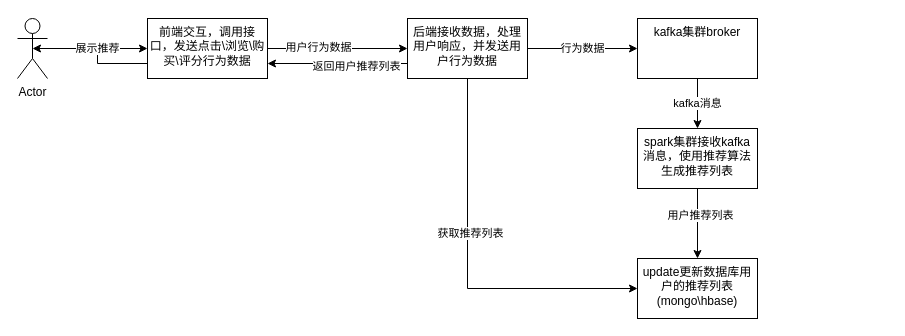
Above: picture/RecommendProcess.drawio in QAQ5685150/diagrams (draw.io), before the change. Source tidied: cells renumbered, new cells numbered last; positions are measured from the earlier drawing's top-left corner, leaving out a move shared by most shapes. Both pictures are drawn from the tidied source at 100%, with x=0, y=0 at pixel (17, 18).
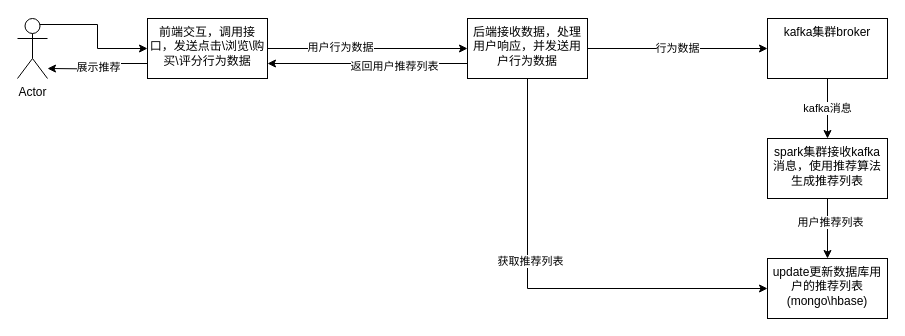
The same diagram, later.

Unchanged cells that the change refers to:
```xml
<mxCell id="3" value="Actor" style="shape=umlActor;verticalLabelPosition=bottom;verticalAlign=top;html=1;outlineConnect=0;" parent="1" vertex="1">
  <mxGeometry width="30" height="60" as="geometry" />
</mxCell>
<mxCell id="7" value="前端交互，调用接口，发送点击\浏览\购买\评分行为数据" style="whiteSpace=wrap;html=1;verticalAlign=top;" parent="1" vertex="1">
  <mxGeometry x="130" width="120" height="60" as="geometry" />
</mxCell>
```

Change to the diagram source:
```diff
@@
-    <mxCell id="2" style="edgeStyle=orthogonalEdgeStyle;rounded=0;jettySize=auto;html=1;" parent="1" edge="1" source="3" target="7">
+    <mxCell id="2" style="edgeStyle=orthogonalEdgeStyle;rounded=0;jettySize=auto;html=1;exitX=0.75;exitY=0.1;exitDx=0;exitDy=0;exitPerimeter=0;" parent="1" edge="1" source="3" target="7">
       <mxGeometry relative="1" as="geometry" />
     </mxCell>
@@
-    <mxCell id="6" value="展示推荐" style="edgeStyle=orthogonalEdgeStyle;rounded=0;jettySize=auto;html=1;exitX=0;exitY=0.75;exitDx=0;exitDy=0;entryX=0.5;entryY=0.5;entryDx=0;entryDy=0;entryPerimeter=0;" parent="1" edge="1" source="7" target="3">
-      <mxGeometry relative="1" as="geometry" />
+    <mxCell id="6" value="展示推荐" style="edgeStyle=orthogonalEdgeStyle;rounded=0;jettySize=auto;html=1;exitX=0;exitY=0.75;exitDx=0;exitDy=0;" parent="1" edge="1" source="7">
+      <mxGeometry relative="1" as="geometry">
+        <mxPoint x="30" y="50" as="targetPoint" />
+      </mxGeometry>
     </mxCell>
@@
     <mxCell id="13" value="后端接收数据，处理用户响应，并发送用户行为数据" style="whiteSpace=wrap;html=1;verticalAlign=top;" parent="1" vertex="1">
-      <mxGeometry x="390" width="120" height="60" as="geometry" />
+      <mxGeometry x="450" width="120" height="60" as="geometry" />
     </mxCell>
@@
     <mxCell id="15" value="kafka集群broker" style="whiteSpace=wrap;html=1;verticalAlign=top;" parent="1" vertex="1">
-      <mxGeometry x="620" width="120" height="60" as="geometry" />
+      <mxGeometry x="750" width="120" height="60" as="geometry" />
     </mxCell>
@@
     <mxCell id="18" value="spark集群接收kafka消息，使用推荐算法生成推荐列表&lt;br&gt;" style="whiteSpace=wrap;html=1;verticalAlign=top;" parent="1" vertex="1">
-      <mxGeometry x="620" y="110" width="120" height="60" as="geometry" />
+      <mxGeometry x="750" y="120" width="120" height="60" as="geometry" />
     </mxCell>
     <mxCell id="19" value="update更新数据库用户的推荐列表(mongo\hbase)" style="whiteSpace=wrap;html=1;verticalAlign=top;" parent="1" vertex="1">
-      <mxGeometry x="620" y="240" width="120" height="60" as="geometry" />
+      <mxGeometry x="750" y="240" width="120" height="60" as="geometry" />
     </mxCell>
```
